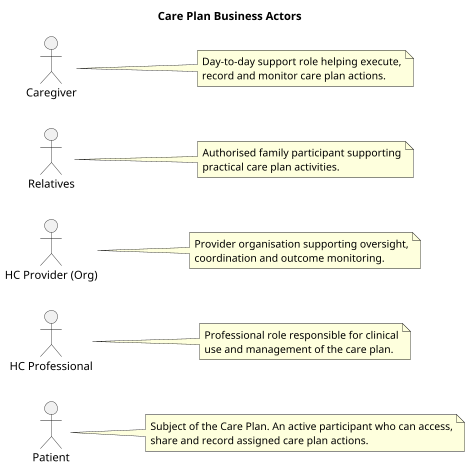
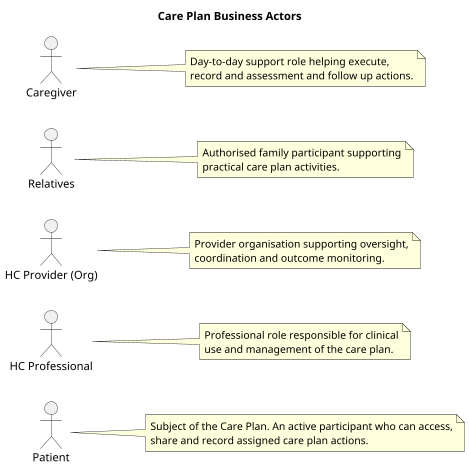
@startuml
title Care Plan Business Actors

left to right direction
skinparam packageStyle rectangle
scale 0.8

' ========= Actors =========
actor Patient as PAT
actor "HC Professional" as HCP
actor "HC Provider (Org)" as ORG
actor Relatives as REL
actor Caregiver as CARG


note right of PAT
Subject of the Care Plan. An active participant who can access,
share and record assigned care plan actions.
end note

note right of HCP
Professional role responsible for clinical
use and management of the care plan.
end note

note right of ORG
Provider organisation supporting oversight,
coordination and outcome monitoring.
end note

note right of REL
Authorised family participant supporting
practical care plan activities.
end note

note right of CARG
Day-to-day support role helping execute,
- record and monitor care plan actions.
+ record and assessment and follow up actions.
end note



@enduml
